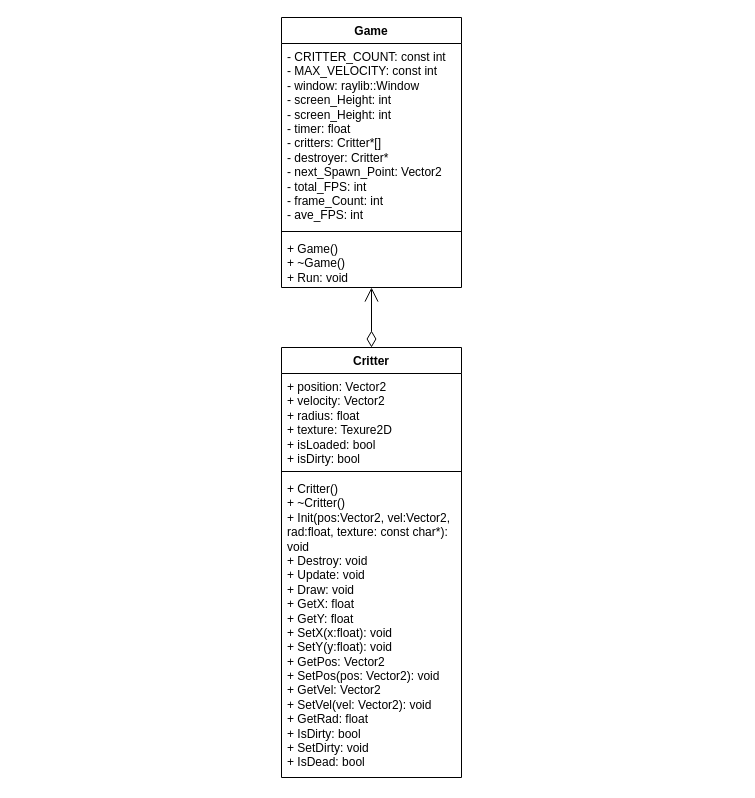
MavenPile/CDDS_Maven keeps this draw.io diagram as Untitled Diagram.drawio. Above is the earlier version. Source tidied: cells renumbered, new cells numbered last; positions are measured from the earlier drawing's top-left corner, leaving out a move shared by most shapes. Both pictures are drawn from the tidied source at 100%, with x=0, y=0 at pixel (281, 17).
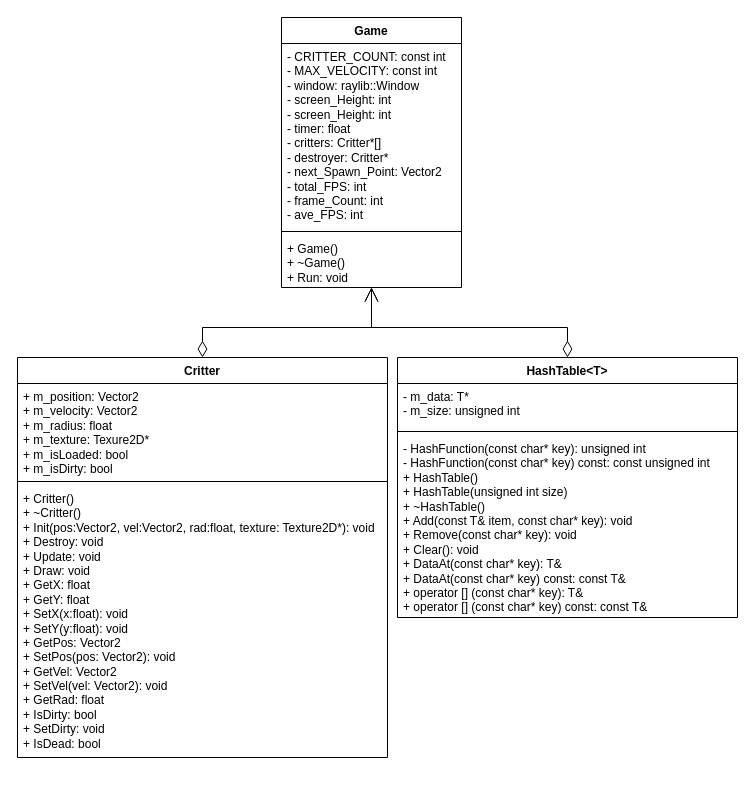
Above is the later version.

Change to the diagram source:
```diff
@@
 <mxGraphModel>
   <root>
     <mxCell id="0" />
     <mxCell id="1" parent="0" />
     <mxCell id="2" value="Game" style="swimlane;fontStyle=1;align=center;verticalAlign=top;horizontal=1;startSize=26;whiteSpace=wrap;html=1;" parent="1" vertex="1">
       <mxGeometry width="180" height="270" as="geometry" />
     </mxCell>
     <mxCell id="3" value="- CRITTER_COUNT: const int&lt;br&gt;- MAX_VELOCITY: const int&lt;br&gt;- window: raylib::Window&lt;br&gt;- screen_Height: int&lt;br&gt;- screen_Height: int&lt;br&gt;- timer: float&lt;br&gt;- critters: Critter*[]&lt;br&gt;- destroyer: Critter*&lt;br&gt;- next_Spawn_Point: Vector2&lt;br&gt;- total_FPS: int&lt;br&gt;- frame_Count: int&lt;br&gt;- ave_FPS: int" style="text;strokeColor=none;fillColor=none;align=left;verticalAlign=top;spacingLeft=4;spacingRight=4;overflow=hidden;whiteSpace=wrap;html=1;" parent="2" vertex="1">
       <mxGeometry y="26" width="180" height="184" as="geometry" />
     </mxCell>
     <mxCell id="4" style="line;strokeWidth=1;fillColor=none;align=left;verticalAlign=middle;spacingTop=-1;spacingLeft=3;spacingRight=3;labelPosition=right;strokeColor=inherit;" parent="2" vertex="1">
       <mxGeometry y="210" width="180" height="8" as="geometry" />
     </mxCell>
     <mxCell id="5" value="+ Game()&lt;br&gt;+ ~Game()&lt;br&gt;+ Run: void" style="text;strokeColor=none;fillColor=none;align=left;verticalAlign=top;spacingLeft=4;spacingRight=4;overflow=hidden;whiteSpace=wrap;html=1;" parent="2" vertex="1">
       <mxGeometry y="218" width="180" height="52" as="geometry" />
     </mxCell>
     <mxCell id="6" value="&lt;div&gt;Critter&lt;/div&gt;&lt;div&gt;&lt;br&gt;&lt;/div&gt;" style="swimlane;fontStyle=1;align=center;verticalAlign=top;horizontal=1;startSize=26;whiteSpace=wrap;html=1;" parent="1" vertex="1">
-      <mxGeometry y="330" width="180" height="430" as="geometry" />
+      <mxGeometry x="-264" y="340" width="370" height="400" as="geometry" />
     </mxCell>
-    <mxCell id="7" value="&lt;div&gt;+ position: Vector2&lt;/div&gt;&lt;div&gt;+ velocity: Vector2&lt;/div&gt;&lt;div&gt;+ radius: float&lt;/div&gt;&lt;div&gt;+ texture: Texure2D&lt;/div&gt;&lt;div&gt;+ isLoaded: bool&lt;/div&gt;&lt;div&gt;+ isDirty: bool&lt;br&gt;&lt;/div&gt;&lt;div&gt;&lt;br&gt;&lt;/div&gt;" style="text;strokeColor=none;fillColor=none;align=left;verticalAlign=top;spacingLeft=4;spacingRight=4;overflow=hidden;whiteSpace=wrap;html=1;" parent="6" vertex="1">
-      <mxGeometry y="26" width="180" height="94" as="geometry" />
+    <mxCell id="7" value="&lt;div&gt;+ m_position: Vector2&lt;/div&gt;&lt;div&gt;+ m_velocity: Vector2&lt;/div&gt;&lt;div&gt;+ m_radius: float&lt;/div&gt;&lt;div&gt;+ m_texture: Texure2D*&lt;/div&gt;&lt;div&gt;+ m_isLoaded: bool&lt;/div&gt;&lt;div&gt;+ m_isDirty: bool&lt;br&gt;&lt;/div&gt;&lt;div&gt;&lt;br&gt;&lt;/div&gt;" style="text;strokeColor=none;fillColor=none;align=left;verticalAlign=top;spacingLeft=4;spacingRight=4;overflow=hidden;whiteSpace=wrap;html=1;" parent="6" vertex="1">
+      <mxGeometry y="26" width="370" height="94" as="geometry" />
     </mxCell>
     <mxCell id="8" style="line;strokeWidth=1;fillColor=none;align=left;verticalAlign=middle;spacingTop=-1;spacingLeft=3;spacingRight=3;labelPosition=right;strokeColor=inherit;" parent="6" vertex="1">
-      <mxGeometry y="120" width="180" height="8" as="geometry" />
+      <mxGeometry y="120" width="370" height="8" as="geometry" />
     </mxCell>
-    <mxCell id="9" value="&lt;div&gt;+ Critter()&lt;/div&gt;&lt;div&gt;+ ~Critter()&lt;/div&gt;&lt;div&gt;+ Init(pos:Vector2, vel:Vector2, rad:float, texture: const char*): void&lt;/div&gt;&lt;div&gt;+ Destroy: void&lt;/div&gt;&lt;div&gt;+ Update: void&lt;/div&gt;&lt;div&gt;+ Draw: void&lt;/div&gt;&lt;div&gt;+ GetX: float&lt;/div&gt;&lt;div&gt;+ GetY: float&lt;/div&gt;&lt;div&gt;+ SetX(x:float): void&lt;/div&gt;&lt;div&gt;+ SetY(y:float): void&lt;/div&gt;&lt;div&gt;+ GetPos: Vector2&lt;/div&gt;&lt;div&gt;+ SetPos(pos: Vector2): void&lt;/div&gt;&lt;div&gt;+ GetVel: Vector2&lt;/div&gt;&lt;div&gt;+ SetVel(vel: Vector2): void&lt;/div&gt;&lt;div&gt;+ GetRad: float&lt;/div&gt;&lt;div&gt;+ IsDirty: bool&lt;/div&gt;&lt;div&gt;+ SetDirty: void&lt;/div&gt;&lt;div&gt;+ IsDead: bool&lt;br&gt;&lt;/div&gt;" style="text;strokeColor=none;fillColor=none;align=left;verticalAlign=top;spacingLeft=4;spacingRight=4;overflow=hidden;whiteSpace=wrap;html=1;" parent="6" vertex="1">
-      <mxGeometry y="128" width="180" height="302" as="geometry" />
+    <mxCell id="9" value="&lt;div&gt;+ Critter()&lt;/div&gt;&lt;div&gt;+ ~Critter()&lt;/div&gt;&lt;div&gt;+ Init(pos:Vector2, vel:Vector2, rad:float, texture: Texture2D*): void&lt;/div&gt;&lt;div&gt;+ Destroy: void&lt;/div&gt;&lt;div&gt;+ Update: void&lt;/div&gt;&lt;div&gt;+ Draw: void&lt;/div&gt;&lt;div&gt;+ GetX: float&lt;/div&gt;&lt;div&gt;+ GetY: float&lt;/div&gt;&lt;div&gt;+ SetX(x:float): void&lt;/div&gt;&lt;div&gt;+ SetY(y:float): void&lt;/div&gt;&lt;div&gt;+ GetPos: Vector2&lt;/div&gt;&lt;div&gt;+ SetPos(pos: Vector2): void&lt;/div&gt;&lt;div&gt;+ GetVel: Vector2&lt;/div&gt;&lt;div&gt;+ SetVel(vel: Vector2): void&lt;/div&gt;&lt;div&gt;+ GetRad: float&lt;/div&gt;&lt;div&gt;+ IsDirty: bool&lt;/div&gt;&lt;div&gt;+ SetDirty: void&lt;/div&gt;&lt;div&gt;+ IsDead: bool&lt;br&gt;&lt;/div&gt;" style="text;strokeColor=none;fillColor=none;align=left;verticalAlign=top;spacingLeft=4;spacingRight=4;overflow=hidden;whiteSpace=wrap;html=1;" parent="6" vertex="1">
+      <mxGeometry y="128" width="370" height="272" as="geometry" />
     </mxCell>
-    <mxCell id="10" value="&lt;div&gt;&lt;br&gt;&lt;/div&gt;&lt;div&gt;&lt;br&gt;&lt;/div&gt;" style="endArrow=open;html=1;endSize=12;startArrow=diamondThin;startSize=14;startFill=0;edgeStyle=orthogonalEdgeStyle;align=left;verticalAlign=bottom;rounded=0;exitX=0.5;exitY=0;exitDx=0;exitDy=0;entryX=0.5;entryY=1;entryDx=0;entryDy=0;" parent="1" edge="1" source="6" target="2">
-      <mxGeometry x="-1" y="3" relative="1" as="geometry" />
+    <mxCell id="10" value="&lt;div&gt;&lt;br&gt;&lt;/div&gt;&lt;div&gt;&lt;br&gt;&lt;/div&gt;" style="endArrow=open;html=1;endSize=12;startArrow=diamondThin;startSize=14;startFill=0;align=left;verticalAlign=bottom;rounded=0;exitX=0.5;exitY=0;exitDx=0;exitDy=0;entryX=0.5;entryY=1;entryDx=0;entryDy=0;" parent="1" edge="1" source="6" target="2">
+      <mxGeometry x="-1" y="3" relative="1" as="geometry">
+        <Array as="points">
+          <mxPoint x="-79" y="310" />
+          <mxPoint x="90" y="310" />
+        </Array>
+      </mxGeometry>
     </mxCell>
+    <mxCell id="11" value="HashTable&amp;lt;T&amp;gt;" style="swimlane;fontStyle=1;align=center;verticalAlign=top;horizontal=1;startSize=26;whiteSpace=wrap;html=1;" parent="1" vertex="1">
+      <mxGeometry x="116" y="340" width="340" height="260" as="geometry" />
+    </mxCell>
+    <mxCell id="12" value="&lt;div&gt;- m_data: T*&lt;/div&gt;&lt;div&gt;- m_size: unsigned int&lt;br&gt;&lt;/div&gt;" style="text;strokeColor=none;fillColor=none;align=left;verticalAlign=top;spacingLeft=4;spacingRight=4;overflow=hidden;whiteSpace=wrap;html=1;" parent="11" vertex="1">
+      <mxGeometry y="26" width="340" height="44" as="geometry" />
+    </mxCell>
+    <mxCell id="13" style="line;strokeWidth=1;fillColor=none;align=left;verticalAlign=middle;spacingTop=-1;spacingLeft=3;spacingRight=3;labelPosition=right;strokeColor=inherit;" parent="11" vertex="1">
+      <mxGeometry y="70" width="340" height="8" as="geometry" />
+    </mxCell>
+    <mxCell id="14" value="&lt;div&gt;- HashFunction(const char* key): unsigned int&lt;/div&gt;&lt;div&gt;- HashFunction(const char* key) const: const unsigned int&lt;/div&gt;&lt;div&gt;+ HashTable()&lt;/div&gt;&lt;div&gt;+ HashTable(unsigned int size)&lt;/div&gt;&lt;div&gt;+ ~HashTable()&lt;/div&gt;&lt;div&gt;+ Add(const T&amp;amp; item, const char* key): void&lt;/div&gt;&lt;div&gt;+ Remove(const char* key): void&lt;/div&gt;&lt;div&gt;+ Clear(): void&lt;/div&gt;&lt;div&gt;+ DataAt(const char* key): T&amp;amp;&lt;/div&gt;&lt;div&gt;+ DataAt(const char* key) const: const T&amp;amp;&lt;/div&gt;&lt;div&gt;+ operator [] (const char* key): T&amp;amp;&lt;/div&gt;&lt;div&gt;+ operator [] (const char* key) const: const T&amp;amp;&lt;br&gt;&lt;/div&gt;" style="text;strokeColor=none;fillColor=none;align=left;verticalAlign=top;spacingLeft=4;spacingRight=4;overflow=hidden;whiteSpace=wrap;html=1;" parent="11" vertex="1">
+      <mxGeometry y="78" width="340" height="182" as="geometry" />
+    </mxCell>
+    <mxCell id="15" value="&lt;div&gt;&lt;br&gt;&lt;/div&gt;&lt;div&gt;&lt;br&gt;&lt;/div&gt;" style="endArrow=open;html=1;endSize=12;startArrow=diamondThin;startSize=14;startFill=0;align=left;verticalAlign=bottom;rounded=0;exitX=0.5;exitY=0;exitDx=0;exitDy=0;entryX=0.5;entryY=1;entryDx=0;entryDy=0;" parent="1" edge="1" source="11" target="2">
+      <mxGeometry x="-1" y="3" relative="1" as="geometry">
+        <Array as="points">
+          <mxPoint x="286" y="310" />
+          <mxPoint x="90" y="310" />
+        </Array>
+      </mxGeometry>
+    </mxCell>
   </root>
 </mxGraphModel>
```
